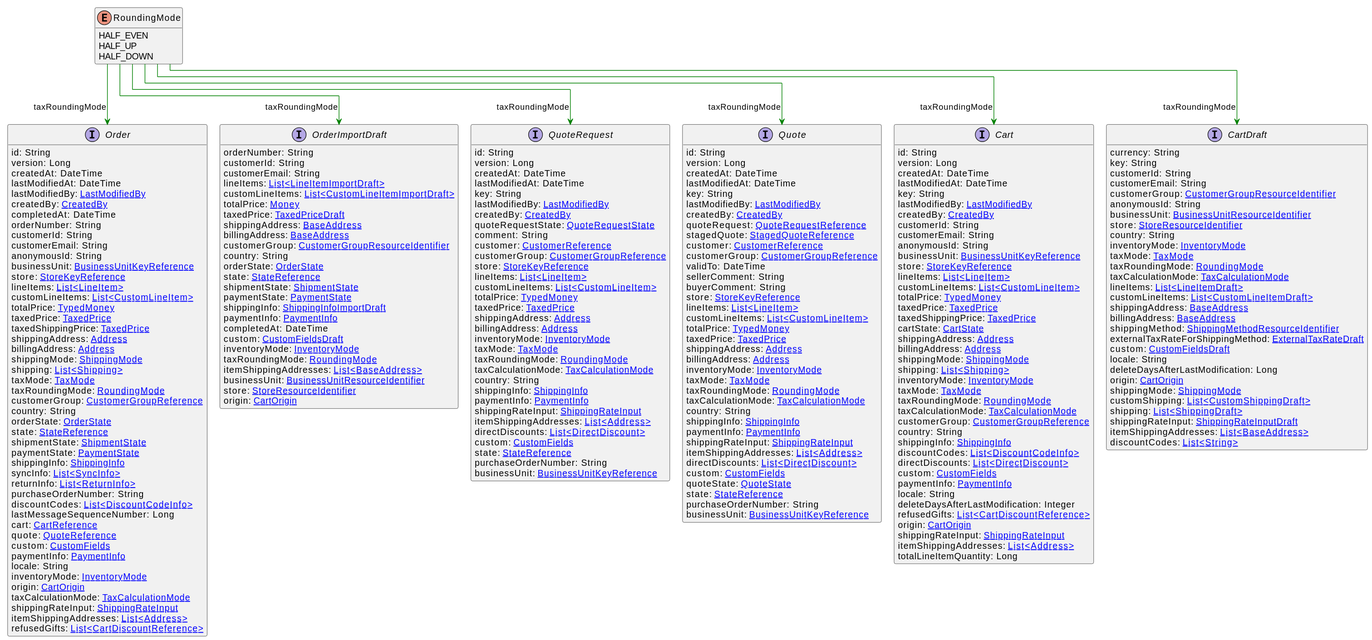
Before: uml/api/svg/RoundingMode.svg, a diagram exported from PlantUML (commercetools/commercetools-api-reference). Source of this version:
```plantuml
@startuml
!pragma layout elk
hide methods
enum RoundingMode {
    HALF_EVEN
    HALF_UP
    HALF_DOWN
}
interface Cart [[Cart.svg]]  {
    id: String
    version: Long
    createdAt: DateTime
    lastModifiedAt: DateTime
    key: String
    lastModifiedBy: [[LastModifiedBy.svg LastModifiedBy]]
    createdBy: [[CreatedBy.svg CreatedBy]]
    customerId: String
    customerEmail: String
    anonymousId: String
    businessUnit: [[BusinessUnitKeyReference.svg BusinessUnitKeyReference]]
    store: [[StoreKeyReference.svg StoreKeyReference]]
    lineItems: [[LineItem.svg List<LineItem>]]
    customLineItems: [[CustomLineItem.svg List<CustomLineItem>]]
    totalPrice: [[TypedMoney.svg TypedMoney]]
    taxedPrice: [[TaxedPrice.svg TaxedPrice]]
    taxedShippingPrice: [[TaxedPrice.svg TaxedPrice]]
    cartState: [[CartState.svg CartState]]
    shippingAddress: [[Address.svg Address]]
    billingAddress: [[Address.svg Address]]
    shippingMode: [[ShippingMode.svg ShippingMode]]
    shipping: [[Shipping.svg List<Shipping>]]
    inventoryMode: [[InventoryMode.svg InventoryMode]]
    taxMode: [[TaxMode.svg TaxMode]]
    taxRoundingMode: [[RoundingMode.svg RoundingMode]]
    taxCalculationMode: [[TaxCalculationMode.svg TaxCalculationMode]]
    customerGroup: [[CustomerGroupReference.svg CustomerGroupReference]]
    country: String
    shippingInfo: [[ShippingInfo.svg ShippingInfo]]
    discountCodes: [[DiscountCodeInfo.svg List<DiscountCodeInfo>]]
    directDiscounts: [[DirectDiscount.svg List<DirectDiscount>]]
    custom: [[CustomFields.svg CustomFields]]
    paymentInfo: [[PaymentInfo.svg PaymentInfo]]
    locale: String
    deleteDaysAfterLastModification: Integer
    refusedGifts: [[CartDiscountReference.svg List<CartDiscountReference>]]
    origin: [[CartOrigin.svg CartOrigin]]
    shippingRateInput: [[ShippingRateInput.svg ShippingRateInput]]
    itemShippingAddresses: [[Address.svg List<Address>]]
    totalLineItemQuantity: Long
}
interface CartDraft [[CartDraft.svg]]  {
    currency: String
    key: String
    customerId: String
    customerEmail: String
    customerGroup: [[CustomerGroupResourceIdentifier.svg CustomerGroupResourceIdentifier]]
    anonymousId: String
    businessUnit: [[BusinessUnitResourceIdentifier.svg BusinessUnitResourceIdentifier]]
    store: [[StoreResourceIdentifier.svg StoreResourceIdentifier]]
    country: String
    inventoryMode: [[InventoryMode.svg InventoryMode]]
    taxMode: [[TaxMode.svg TaxMode]]
    taxRoundingMode: [[RoundingMode.svg RoundingMode]]
    taxCalculationMode: [[TaxCalculationMode.svg TaxCalculationMode]]
    lineItems: [[LineItemDraft.svg List<LineItemDraft>]]
    customLineItems: [[CustomLineItemDraft.svg List<CustomLineItemDraft>]]
    shippingAddress: [[BaseAddress.svg BaseAddress]]
    billingAddress: [[BaseAddress.svg BaseAddress]]
    shippingMethod: [[ShippingMethodResourceIdentifier.svg ShippingMethodResourceIdentifier]]
    externalTaxRateForShippingMethod: [[ExternalTaxRateDraft.svg ExternalTaxRateDraft]]
    custom: [[CustomFieldsDraft.svg CustomFieldsDraft]]
    locale: String
    deleteDaysAfterLastModification: Long
    origin: [[CartOrigin.svg CartOrigin]]
    shippingMode: [[ShippingMode.svg ShippingMode]]
    customShipping: [[CustomShippingDraft.svg List<CustomShippingDraft>]]
    shipping: [[ShippingDraft.svg List<ShippingDraft>]]
    shippingRateInput: [[ShippingRateInputDraft.svg ShippingRateInputDraft]]
    itemShippingAddresses: [[BaseAddress.svg List<BaseAddress>]]
    discountCodes: [[String.svg List<String>]]
}
interface Order [[Order.svg]]  {
    id: String
    version: Long
    createdAt: DateTime
    lastModifiedAt: DateTime
    lastModifiedBy: [[LastModifiedBy.svg LastModifiedBy]]
    createdBy: [[CreatedBy.svg CreatedBy]]
    completedAt: DateTime
    orderNumber: String
    customerId: String
    customerEmail: String
    anonymousId: String
    businessUnit: [[BusinessUnitKeyReference.svg BusinessUnitKeyReference]]
    store: [[StoreKeyReference.svg StoreKeyReference]]
    lineItems: [[LineItem.svg List<LineItem>]]
    customLineItems: [[CustomLineItem.svg List<CustomLineItem>]]
    totalPrice: [[TypedMoney.svg TypedMoney]]
    taxedPrice: [[TaxedPrice.svg TaxedPrice]]
    taxedShippingPrice: [[TaxedPrice.svg TaxedPrice]]
    shippingAddress: [[Address.svg Address]]
    billingAddress: [[Address.svg Address]]
    shippingMode: [[ShippingMode.svg ShippingMode]]
    shipping: [[Shipping.svg List<Shipping>]]
    taxMode: [[TaxMode.svg TaxMode]]
    taxRoundingMode: [[RoundingMode.svg RoundingMode]]
    customerGroup: [[CustomerGroupReference.svg CustomerGroupReference]]
    country: String
    orderState: [[OrderState.svg OrderState]]
    state: [[StateReference.svg StateReference]]
    shipmentState: [[ShipmentState.svg ShipmentState]]
    paymentState: [[PaymentState.svg PaymentState]]
    shippingInfo: [[ShippingInfo.svg ShippingInfo]]
    syncInfo: [[SyncInfo.svg List<SyncInfo>]]
    returnInfo: [[ReturnInfo.svg List<ReturnInfo>]]
    purchaseOrderNumber: String
    discountCodes: [[DiscountCodeInfo.svg List<DiscountCodeInfo>]]
    lastMessageSequenceNumber: Long
    cart: [[CartReference.svg CartReference]]
    quote: [[QuoteReference.svg QuoteReference]]
    custom: [[CustomFields.svg CustomFields]]
    paymentInfo: [[PaymentInfo.svg PaymentInfo]]
    locale: String
    inventoryMode: [[InventoryMode.svg InventoryMode]]
    origin: [[CartOrigin.svg CartOrigin]]
    taxCalculationMode: [[TaxCalculationMode.svg TaxCalculationMode]]
    shippingRateInput: [[ShippingRateInput.svg ShippingRateInput]]
    itemShippingAddresses: [[Address.svg List<Address>]]
    refusedGifts: [[CartDiscountReference.svg List<CartDiscountReference>]]
}
interface OrderImportDraft [[OrderImportDraft.svg]]  {
    orderNumber: String
    customerId: String
    customerEmail: String
    lineItems: [[LineItemImportDraft.svg List<LineItemImportDraft>]]
    customLineItems: [[CustomLineItemImportDraft.svg List<CustomLineItemImportDraft>]]
    totalPrice: [[Money.svg Money]]
    taxedPrice: [[TaxedPriceDraft.svg TaxedPriceDraft]]
    shippingAddress: [[BaseAddress.svg BaseAddress]]
    billingAddress: [[BaseAddress.svg BaseAddress]]
    customerGroup: [[CustomerGroupResourceIdentifier.svg CustomerGroupResourceIdentifier]]
    country: String
    orderState: [[OrderState.svg OrderState]]
    state: [[StateReference.svg StateReference]]
    shipmentState: [[ShipmentState.svg ShipmentState]]
    paymentState: [[PaymentState.svg PaymentState]]
    shippingInfo: [[ShippingInfoImportDraft.svg ShippingInfoImportDraft]]
    paymentInfo: [[PaymentInfo.svg PaymentInfo]]
    completedAt: DateTime
    custom: [[CustomFieldsDraft.svg CustomFieldsDraft]]
    inventoryMode: [[InventoryMode.svg InventoryMode]]
    taxRoundingMode: [[RoundingMode.svg RoundingMode]]
    itemShippingAddresses: [[BaseAddress.svg List<BaseAddress>]]
    businessUnit: [[BusinessUnitResourceIdentifier.svg BusinessUnitResourceIdentifier]]
    store: [[StoreResourceIdentifier.svg StoreResourceIdentifier]]
    origin: [[CartOrigin.svg CartOrigin]]
}
interface QuoteRequest [[QuoteRequest.svg]]  {
    id: String
    version: Long
    createdAt: DateTime
    lastModifiedAt: DateTime
    key: String
    lastModifiedBy: [[LastModifiedBy.svg LastModifiedBy]]
    createdBy: [[CreatedBy.svg CreatedBy]]
    quoteRequestState: [[QuoteRequestState.svg QuoteRequestState]]
    comment: String
    customer: [[CustomerReference.svg CustomerReference]]
    customerGroup: [[CustomerGroupReference.svg CustomerGroupReference]]
    store: [[StoreKeyReference.svg StoreKeyReference]]
    lineItems: [[LineItem.svg List<LineItem>]]
    customLineItems: [[CustomLineItem.svg List<CustomLineItem>]]
    totalPrice: [[TypedMoney.svg TypedMoney]]
    taxedPrice: [[TaxedPrice.svg TaxedPrice]]
    shippingAddress: [[Address.svg Address]]
    billingAddress: [[Address.svg Address]]
    inventoryMode: [[InventoryMode.svg InventoryMode]]
    taxMode: [[TaxMode.svg TaxMode]]
    taxRoundingMode: [[RoundingMode.svg RoundingMode]]
    taxCalculationMode: [[TaxCalculationMode.svg TaxCalculationMode]]
    country: String
    shippingInfo: [[ShippingInfo.svg ShippingInfo]]
    paymentInfo: [[PaymentInfo.svg PaymentInfo]]
    shippingRateInput: [[ShippingRateInput.svg ShippingRateInput]]
    itemShippingAddresses: [[Address.svg List<Address>]]
    directDiscounts: [[DirectDiscount.svg List<DirectDiscount>]]
    custom: [[CustomFields.svg CustomFields]]
    state: [[StateReference.svg StateReference]]
    purchaseOrderNumber: String
    businessUnit: [[BusinessUnitKeyReference.svg BusinessUnitKeyReference]]
}
interface Quote [[Quote.svg]]  {
    id: String
    version: Long
    createdAt: DateTime
    lastModifiedAt: DateTime
    key: String
    lastModifiedBy: [[LastModifiedBy.svg LastModifiedBy]]
    createdBy: [[CreatedBy.svg CreatedBy]]
    quoteRequest: [[QuoteRequestReference.svg QuoteRequestReference]]
    stagedQuote: [[StagedQuoteReference.svg StagedQuoteReference]]
    customer: [[CustomerReference.svg CustomerReference]]
    customerGroup: [[CustomerGroupReference.svg CustomerGroupReference]]
    validTo: DateTime
    sellerComment: String
    buyerComment: String
    store: [[StoreKeyReference.svg StoreKeyReference]]
    lineItems: [[LineItem.svg List<LineItem>]]
    customLineItems: [[CustomLineItem.svg List<CustomLineItem>]]
    totalPrice: [[TypedMoney.svg TypedMoney]]
    taxedPrice: [[TaxedPrice.svg TaxedPrice]]
    shippingAddress: [[Address.svg Address]]
    billingAddress: [[Address.svg Address]]
    inventoryMode: [[InventoryMode.svg InventoryMode]]
    taxMode: [[TaxMode.svg TaxMode]]
    taxRoundingMode: [[RoundingMode.svg RoundingMode]]
    taxCalculationMode: [[TaxCalculationMode.svg TaxCalculationMode]]
    country: String
    shippingInfo: [[ShippingInfo.svg ShippingInfo]]
    paymentInfo: [[PaymentInfo.svg PaymentInfo]]
    shippingRateInput: [[ShippingRateInput.svg ShippingRateInput]]
    itemShippingAddresses: [[Address.svg List<Address>]]
    directDiscounts: [[DirectDiscount.svg List<DirectDiscount>]]
    custom: [[CustomFields.svg CustomFields]]
    quoteState: [[QuoteState.svg QuoteState]]
    state: [[StateReference.svg StateReference]]
    purchaseOrderNumber: String
    businessUnit: [[BusinessUnitKeyReference.svg BusinessUnitKeyReference]]
}
RoundingMode --> Cart #green;text:green : "taxRoundingMode"
RoundingMode --> CartDraft #green;text:green : "taxRoundingMode"
RoundingMode --> Order #green;text:green : "taxRoundingMode"
RoundingMode --> OrderImportDraft #green;text:green : "taxRoundingMode"
RoundingMode --> QuoteRequest #green;text:green : "taxRoundingMode"
RoundingMode --> Quote #green;text:green : "taxRoundingMode"
@enduml
```
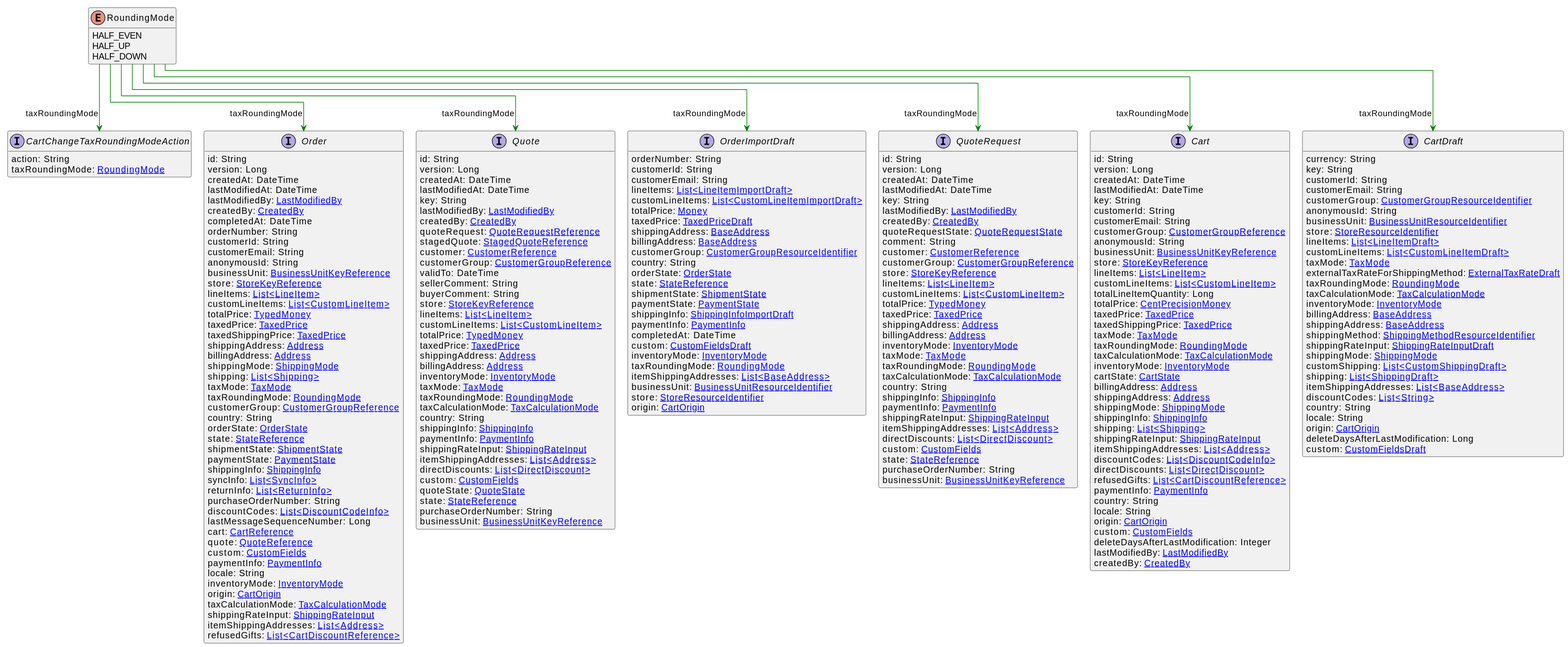
The same diagram one commit later.

Diff of the diagram source:
```diff
@@ -12,41 +12,41 @@
     createdAt: DateTime
     lastModifiedAt: DateTime
     key: String
-    lastModifiedBy: [[LastModifiedBy.svg LastModifiedBy]]
-    createdBy: [[CreatedBy.svg CreatedBy]]
     customerId: String
     customerEmail: String
+    customerGroup: [[CustomerGroupReference.svg CustomerGroupReference]]
     anonymousId: String
     businessUnit: [[BusinessUnitKeyReference.svg BusinessUnitKeyReference]]
     store: [[StoreKeyReference.svg StoreKeyReference]]
     lineItems: [[LineItem.svg List<LineItem>]]
     customLineItems: [[CustomLineItem.svg List<CustomLineItem>]]
-    totalPrice: [[TypedMoney.svg TypedMoney]]
+    totalLineItemQuantity: Long
+    totalPrice: [[CentPrecisionMoney.svg CentPrecisionMoney]]
     taxedPrice: [[TaxedPrice.svg TaxedPrice]]
     taxedShippingPrice: [[TaxedPrice.svg TaxedPrice]]
-    cartState: [[CartState.svg CartState]]
-    shippingAddress: [[Address.svg Address]]
-    billingAddress: [[Address.svg Address]]
-    shippingMode: [[ShippingMode.svg ShippingMode]]
-    shipping: [[Shipping.svg List<Shipping>]]
-    inventoryMode: [[InventoryMode.svg InventoryMode]]
     taxMode: [[TaxMode.svg TaxMode]]
     taxRoundingMode: [[RoundingMode.svg RoundingMode]]
     taxCalculationMode: [[TaxCalculationMode.svg TaxCalculationMode]]
-    customerGroup: [[CustomerGroupReference.svg CustomerGroupReference]]
-    country: String
+    inventoryMode: [[InventoryMode.svg InventoryMode]]
+    cartState: [[CartState.svg CartState]]
+    billingAddress: [[Address.svg Address]]
+    shippingAddress: [[Address.svg Address]]
+    shippingMode: [[ShippingMode.svg ShippingMode]]
     shippingInfo: [[ShippingInfo.svg ShippingInfo]]
+    shipping: [[Shipping.svg List<Shipping>]]
+    shippingRateInput: [[ShippingRateInput.svg ShippingRateInput]]
+    itemShippingAddresses: [[Address.svg List<Address>]]
     discountCodes: [[DiscountCodeInfo.svg List<DiscountCodeInfo>]]
     directDiscounts: [[DirectDiscount.svg List<DirectDiscount>]]
+    refusedGifts: [[CartDiscountReference.svg List<CartDiscountReference>]]
+    paymentInfo: [[PaymentInfo.svg PaymentInfo]]
+    country: String
+    locale: String
+    origin: [[CartOrigin.svg CartOrigin]]
     custom: [[CustomFields.svg CustomFields]]
-    paymentInfo: [[PaymentInfo.svg PaymentInfo]]
-    locale: String
     deleteDaysAfterLastModification: Integer
-    refusedGifts: [[CartDiscountReference.svg List<CartDiscountReference>]]
-    origin: [[CartOrigin.svg CartOrigin]]
-    shippingRateInput: [[ShippingRateInput.svg ShippingRateInput]]
-    itemShippingAddresses: [[Address.svg List<Address>]]
-    totalLineItemQuantity: Long
+    lastModifiedBy: [[LastModifiedBy.svg LastModifiedBy]]
+    createdBy: [[CreatedBy.svg CreatedBy]]
 }
 interface CartDraft [[CartDraft.svg]]  {
     currency: String
@@ -57,27 +57,31 @@
     anonymousId: String
     businessUnit: [[BusinessUnitResourceIdentifier.svg BusinessUnitResourceIdentifier]]
     store: [[StoreResourceIdentifier.svg StoreResourceIdentifier]]
-    country: String
-    inventoryMode: [[InventoryMode.svg InventoryMode]]
+    lineItems: [[LineItemDraft.svg List<LineItemDraft>]]
+    customLineItems: [[CustomLineItemDraft.svg List<CustomLineItemDraft>]]
     taxMode: [[TaxMode.svg TaxMode]]
+    externalTaxRateForShippingMethod: [[ExternalTaxRateDraft.svg ExternalTaxRateDraft]]
     taxRoundingMode: [[RoundingMode.svg RoundingMode]]
     taxCalculationMode: [[TaxCalculationMode.svg TaxCalculationMode]]
-    lineItems: [[LineItemDraft.svg List<LineItemDraft>]]
-    customLineItems: [[CustomLineItemDraft.svg List<CustomLineItemDraft>]]
+    inventoryMode: [[InventoryMode.svg InventoryMode]]
+    billingAddress: [[BaseAddress.svg BaseAddress]]
     shippingAddress: [[BaseAddress.svg BaseAddress]]
-    billingAddress: [[BaseAddress.svg BaseAddress]]
     shippingMethod: [[ShippingMethodResourceIdentifier.svg ShippingMethodResourceIdentifier]]
-    externalTaxRateForShippingMethod: [[ExternalTaxRateDraft.svg ExternalTaxRateDraft]]
-    custom: [[CustomFieldsDraft.svg CustomFieldsDraft]]
-    locale: String
-    deleteDaysAfterLastModification: Long
-    origin: [[CartOrigin.svg CartOrigin]]
+    shippingRateInput: [[ShippingRateInputDraft.svg ShippingRateInputDraft]]
     shippingMode: [[ShippingMode.svg ShippingMode]]
     customShipping: [[CustomShippingDraft.svg List<CustomShippingDraft>]]
     shipping: [[ShippingDraft.svg List<ShippingDraft>]]
-    shippingRateInput: [[ShippingRateInputDraft.svg ShippingRateInputDraft]]
     itemShippingAddresses: [[BaseAddress.svg List<BaseAddress>]]
     discountCodes: [[String.svg List<String>]]
+    country: String
+    locale: String
+    origin: [[CartOrigin.svg CartOrigin]]
+    deleteDaysAfterLastModification: Long
+    custom: [[CustomFieldsDraft.svg CustomFieldsDraft]]
+}
+interface CartChangeTaxRoundingModeAction [[CartChangeTaxRoundingModeAction.svg]]  {
+    action: String
+    taxRoundingMode: [[RoundingMode.svg RoundingMode]]
 }
 interface Order [[Order.svg]]  {
     id: String
@@ -229,6 +233,7 @@
 }
 RoundingMode --> Cart #green;text:green : "taxRoundingMode"
 RoundingMode --> CartDraft #green;text:green : "taxRoundingMode"
+RoundingMode --> CartChangeTaxRoundingModeAction #green;text:green : "taxRoundingMode"
 RoundingMode --> Order #green;text:green : "taxRoundingMode"
 RoundingMode --> OrderImportDraft #green;text:green : "taxRoundingMode"
 RoundingMode --> QuoteRequest #green;text:green : "taxRoundingMode"
```
